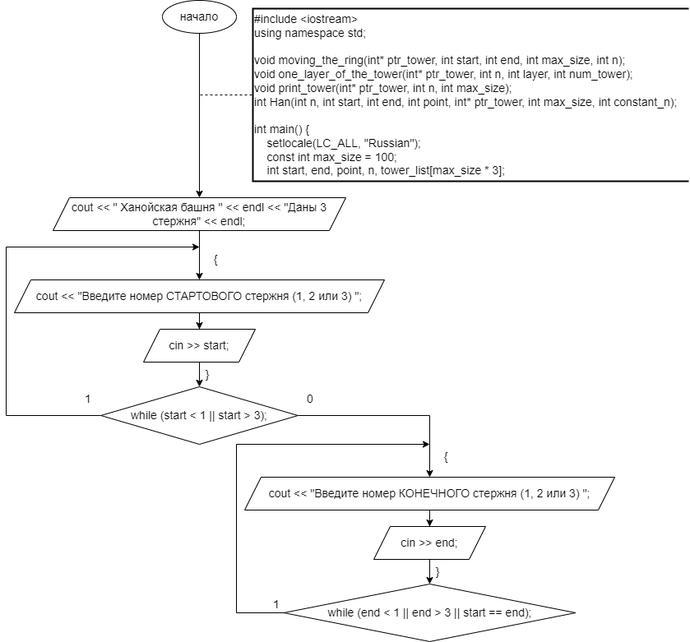
SonyAkb/laboratory-work-recursion keeps this draw.io diagram as Ханойская башня - блок схема.drawio.png. Above is the earlier version. Source tidied: cells renumbered, new cells last; positions are measured from the earlier drawing's top-left corner, leaving out a move shared by most shapes.
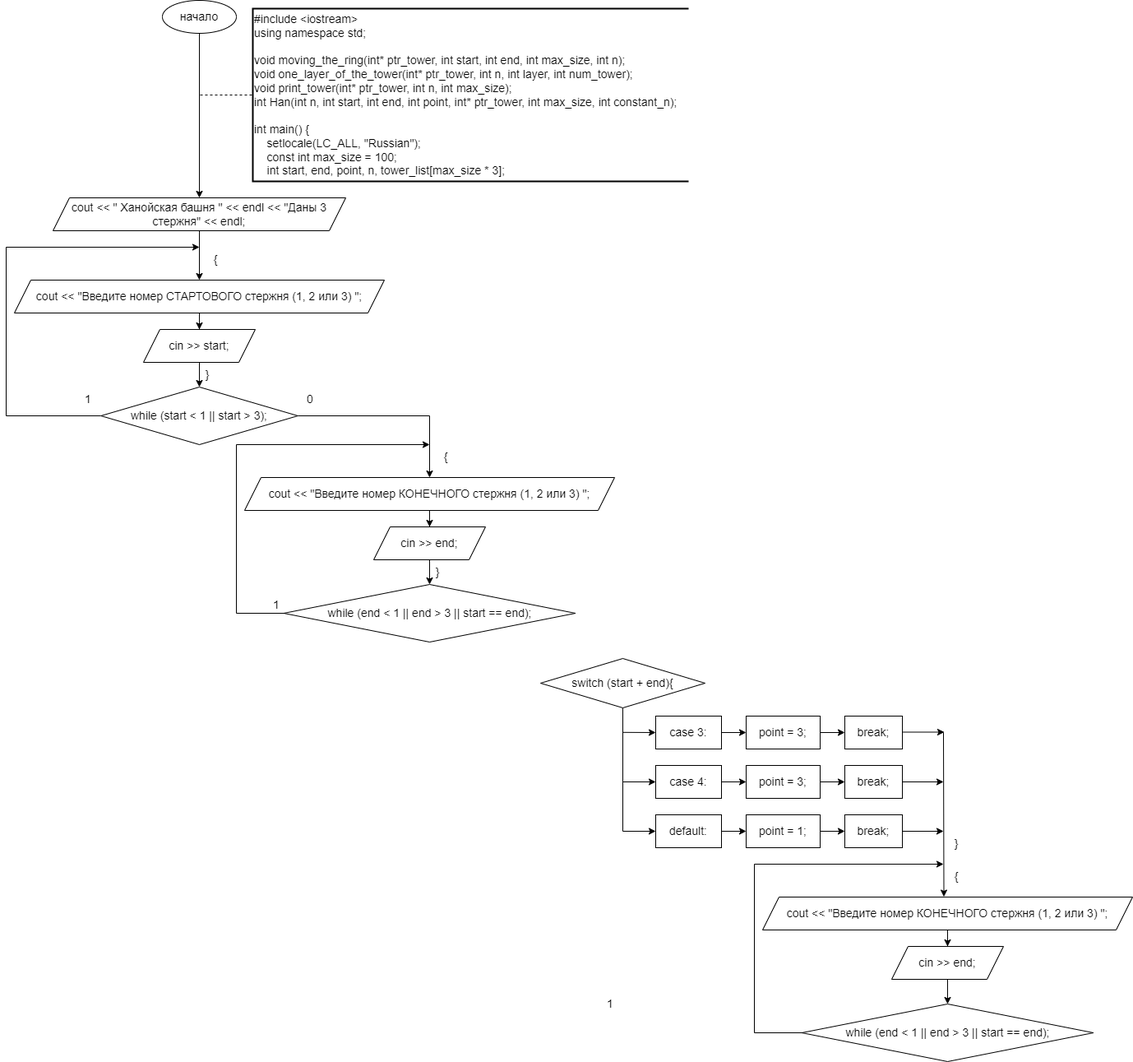
The same diagram one commit later.

Change to the diagram source:
```diff
@@ -98,5 +98,120 @@
     <mxCell id="27" value="&lt;font style=&quot;font-size: 14px;&quot;&gt;0&lt;/font&gt;" style="text;html=1;strokeColor=none;fillColor=none;align=center;verticalAlign=middle;whiteSpace=wrap;rounded=0;" parent="1" vertex="1">
       <mxGeometry x="354.8" y="470" width="30" height="30" as="geometry" />
     </mxCell>
+    <mxCell id="28" style="edgeStyle=orthogonalEdgeStyle;rounded=0;jettySize=auto;html=1;entryX=0;entryY=0.5;entryDx=0;entryDy=0;" parent="1" edge="1" source="29" target="44">
+      <mxGeometry relative="1" as="geometry" />
+    </mxCell>
+    <mxCell id="29" value="&lt;font style=&quot;font-size: 14px;&quot;&gt;switch (start + end){&lt;/font&gt;" style="rhombus;whiteSpace=wrap;html=1;" parent="1" vertex="1">
+      <mxGeometry x="650" y="800" width="200" height="60" as="geometry" />
+    </mxCell>
+    <mxCell id="30" style="edgeStyle=orthogonalEdgeStyle;rounded=0;jettySize=auto;html=1;entryX=0;entryY=0.5;entryDx=0;entryDy=0;" parent="1" edge="1" source="31" target="32">
+      <mxGeometry relative="1" as="geometry" />
+    </mxCell>
+    <mxCell id="31" value="&lt;font style=&quot;font-size: 14px;&quot;&gt;point = 3;&lt;/font&gt;" style="rounded=0;whiteSpace=wrap;html=1;" parent="1" vertex="1">
+      <mxGeometry x="900" y="870" width="90" height="40" as="geometry" />
+    </mxCell>
+    <mxCell id="32" value="&lt;font style=&quot;font-size: 14px;&quot;&gt;break;&lt;/font&gt;" style="rounded=0;whiteSpace=wrap;html=1;" parent="1" vertex="1">
+      <mxGeometry x="1020" y="870" width="70" height="40" as="geometry" />
+    </mxCell>
+    <mxCell id="33" style="edgeStyle=orthogonalEdgeStyle;rounded=0;jettySize=auto;html=1;entryX=0;entryY=0.5;entryDx=0;entryDy=0;" parent="1" edge="1" source="34" target="31">
+      <mxGeometry relative="1" as="geometry" />
+    </mxCell>
+    <mxCell id="34" value="&lt;font style=&quot;font-size: 14px;&quot;&gt;case 3:&lt;/font&gt;" style="rounded=0;whiteSpace=wrap;html=1;" parent="1" vertex="1">
+      <mxGeometry x="790" y="870" width="80" height="40" as="geometry" />
+    </mxCell>
+    <mxCell id="35" style="edgeStyle=orthogonalEdgeStyle;rounded=0;jettySize=auto;html=1;entryX=0;entryY=0.5;entryDx=0;entryDy=0;" parent="1" edge="1" source="36" target="37">
+      <mxGeometry relative="1" as="geometry" />
+    </mxCell>
+    <mxCell id="36" value="&lt;font style=&quot;font-size: 14px;&quot;&gt;point = 3;&lt;/font&gt;" style="rounded=0;whiteSpace=wrap;html=1;" parent="1" vertex="1">
+      <mxGeometry x="900" y="930" width="90" height="40" as="geometry" />
+    </mxCell>
+    <mxCell id="37" value="&lt;font style=&quot;font-size: 14px;&quot;&gt;break;&lt;/font&gt;" style="rounded=0;whiteSpace=wrap;html=1;" parent="1" vertex="1">
+      <mxGeometry x="1020" y="930" width="70" height="40" as="geometry" />
+    </mxCell>
+    <mxCell id="38" style="edgeStyle=orthogonalEdgeStyle;rounded=0;jettySize=auto;html=1;entryX=0;entryY=0.5;entryDx=0;entryDy=0;" parent="1" edge="1" source="39" target="36">
+      <mxGeometry relative="1" as="geometry" />
+    </mxCell>
+    <mxCell id="39" value="&lt;font style=&quot;font-size: 14px;&quot;&gt;case 4:&lt;/font&gt;" style="rounded=0;whiteSpace=wrap;html=1;" parent="1" vertex="1">
+      <mxGeometry x="790" y="930" width="80" height="40" as="geometry" />
+    </mxCell>
+    <mxCell id="40" style="edgeStyle=orthogonalEdgeStyle;rounded=0;jettySize=auto;html=1;entryX=0;entryY=0.5;entryDx=0;entryDy=0;" parent="1" edge="1" source="41" target="42">
+      <mxGeometry relative="1" as="geometry" />
+    </mxCell>
+    <mxCell id="41" value="&lt;font style=&quot;font-size: 14px;&quot;&gt;point = 1;&lt;/font&gt;" style="rounded=0;whiteSpace=wrap;html=1;" parent="1" vertex="1">
+      <mxGeometry x="900" y="990" width="90" height="40" as="geometry" />
+    </mxCell>
+    <mxCell id="42" value="&lt;font style=&quot;font-size: 14px;&quot;&gt;break;&lt;/font&gt;" style="rounded=0;whiteSpace=wrap;html=1;" parent="1" vertex="1">
+      <mxGeometry x="1020" y="990" width="70" height="40" as="geometry" />
+    </mxCell>
+    <mxCell id="43" style="edgeStyle=orthogonalEdgeStyle;rounded=0;jettySize=auto;html=1;entryX=0;entryY=0.5;entryDx=0;entryDy=0;" parent="1" edge="1" source="44" target="41">
+      <mxGeometry relative="1" as="geometry" />
+    </mxCell>
+    <mxCell id="44" value="&lt;font style=&quot;font-size: 14px;&quot;&gt;default:&lt;/font&gt;" style="rounded=0;whiteSpace=wrap;html=1;" parent="1" vertex="1">
+      <mxGeometry x="790" y="990" width="80" height="40" as="geometry" />
+    </mxCell>
+    <mxCell id="45" style="endArrow=classic;html=1;rounded=0;entryX=0;entryY=0.5;entryDx=0;entryDy=0;" parent="1" edge="1" target="39">
+      <mxGeometry relative="1" as="geometry">
+        <mxPoint x="750" y="950" as="sourcePoint" />
+      </mxGeometry>
+    </mxCell>
+    <mxCell id="46" style="endArrow=classic;html=1;rounded=0;entryX=0;entryY=0.5;entryDx=0;entryDy=0;" parent="1" edge="1" target="34">
+      <mxGeometry relative="1" as="geometry">
+        <mxPoint x="750" y="889.8" as="sourcePoint" />
+      </mxGeometry>
+    </mxCell>
+    <mxCell id="47" style="edgeStyle=orthogonalEdgeStyle;rounded=0;jettySize=auto;html=1;entryX=0.5;entryY=0;entryDx=0;entryDy=0;" parent="1" edge="1" source="48" target="50">
+      <mxGeometry relative="1" as="geometry" />
+    </mxCell>
+    <mxCell id="48" value="&lt;font style=&quot;font-size: 14px;&quot;&gt;cout &amp;lt;&amp;lt; &quot;Введите номер КОНЕЧНОГО стержня (1, 2 или 3) &quot;;&lt;/font&gt;" style="shape=parallelogram;perimeter=parallelogramPerimeter;whiteSpace=wrap;html=1;fixedSize=1;" parent="1" vertex="1">
+      <mxGeometry x="920" y="1090" width="450" height="40" as="geometry" />
+    </mxCell>
+    <mxCell id="49" style="edgeStyle=orthogonalEdgeStyle;rounded=0;jettySize=auto;html=1;entryX=0.5;entryY=0;entryDx=0;entryDy=0;" parent="1" edge="1" source="50" target="51">
+      <mxGeometry relative="1" as="geometry" />
+    </mxCell>
+    <mxCell id="50" value="&lt;font style=&quot;font-size: 14px;&quot;&gt;cin &amp;gt;&amp;gt; end;&lt;/font&gt;" style="shape=parallelogram;perimeter=parallelogramPerimeter;whiteSpace=wrap;html=1;fixedSize=1;" parent="1" vertex="1">
+      <mxGeometry x="1077" y="1150" width="136" height="40" as="geometry" />
+    </mxCell>
+    <mxCell id="51" value="&lt;font style=&quot;font-size: 14px;&quot;&gt;while (end &amp;lt; 1 || end &amp;gt; 3 || start == end);&lt;/font&gt;" style="rhombus;whiteSpace=wrap;html=1;" parent="1" vertex="1">
+      <mxGeometry x="967.6" y="1220" width="354.8" height="70" as="geometry" />
+    </mxCell>
+    <mxCell id="52" style="endArrow=classic;html=1;rounded=0;exitX=0;exitY=0.5;exitDx=0;exitDy=0;" parent="1" edge="1" source="51">
+      <mxGeometry relative="1" as="geometry">
+        <mxPoint x="1140" y="1050" as="targetPoint" />
+        <Array as="points">
+          <mxPoint x="910" y="1255" />
+          <mxPoint x="910" y="1050" />
+        </Array>
+      </mxGeometry>
+    </mxCell>
+    <mxCell id="53" value="&lt;font style=&quot;font-size: 14px;&quot;&gt;{&lt;/font&gt;" style="text;html=1;strokeColor=none;fillColor=none;align=center;verticalAlign=middle;whiteSpace=wrap;rounded=0;" parent="1" vertex="1">
+      <mxGeometry x="1141" y="1050" width="30" height="30" as="geometry" />
+    </mxCell>
+    <mxCell id="54" value="&lt;font style=&quot;font-size: 14px;&quot;&gt;}&lt;/font&gt;" style="text;html=1;strokeColor=none;fillColor=none;align=center;verticalAlign=middle;whiteSpace=wrap;rounded=0;" parent="1" vertex="1">
+      <mxGeometry x="1141" y="1010" width="30" height="30" as="geometry" />
+    </mxCell>
+    <mxCell id="55" value="&lt;font style=&quot;font-size: 14px;&quot;&gt;1&lt;/font&gt;" style="text;html=1;strokeColor=none;fillColor=none;align=center;verticalAlign=middle;whiteSpace=wrap;rounded=0;" parent="1" vertex="1">
+      <mxGeometry x="720" y="1205" width="30" height="30" as="geometry" />
+    </mxCell>
+    <mxCell id="56" style="endArrow=classic;html=1;rounded=0;entryX=0.49;entryY=-0.011;entryDx=0;entryDy=0;entryPerimeter=0;" parent="1" edge="1" target="48">
+      <mxGeometry relative="1" as="geometry">
+        <mxPoint x="1140" y="890" as="sourcePoint" />
+      </mxGeometry>
+    </mxCell>
+    <mxCell id="57" style="endArrow=classic;html=1;rounded=0;exitX=1;exitY=0.5;exitDx=0;exitDy=0;" parent="1" edge="1" source="37">
+      <mxGeometry relative="1" as="geometry">
+        <mxPoint x="1140" y="950" as="targetPoint" />
+      </mxGeometry>
+    </mxCell>
+    <mxCell id="58" style="endArrow=classic;html=1;rounded=0;exitX=1;exitY=0.5;exitDx=0;exitDy=0;" parent="1" edge="1" source="42">
+      <mxGeometry relative="1" as="geometry">
+        <mxPoint x="1140" y="1010" as="targetPoint" />
+      </mxGeometry>
+    </mxCell>
+    <mxCell id="59" style="endArrow=classic;html=1;rounded=0;exitX=1;exitY=0.5;exitDx=0;exitDy=0;" parent="1" edge="1">
+      <mxGeometry relative="1" as="geometry">
+        <mxPoint x="1091" y="889.5" as="sourcePoint" />
+        <mxPoint x="1141" y="889.5" as="targetPoint" />
+      </mxGeometry>
+    </mxCell>
   </root>
 </mxGraphModel>
```
